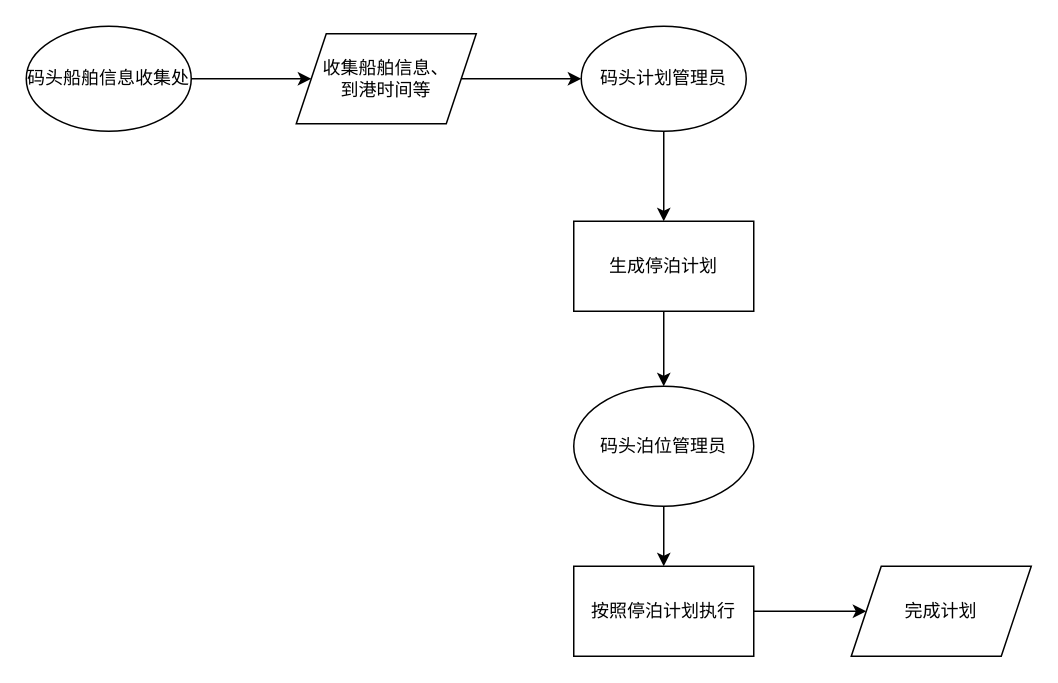
xbb2020/dicPics keeps this draw.io diagram as 系统业务流程.drawio. Above is the earlier version. Source tidied: cells renumbered, new cells numbered last; positions are measured from the earlier drawing's top-left corner, leaving out a move shared by most shapes. Both pictures are drawn from the tidied source at 150%, with x=0, y=0 at pixel (26, 26).
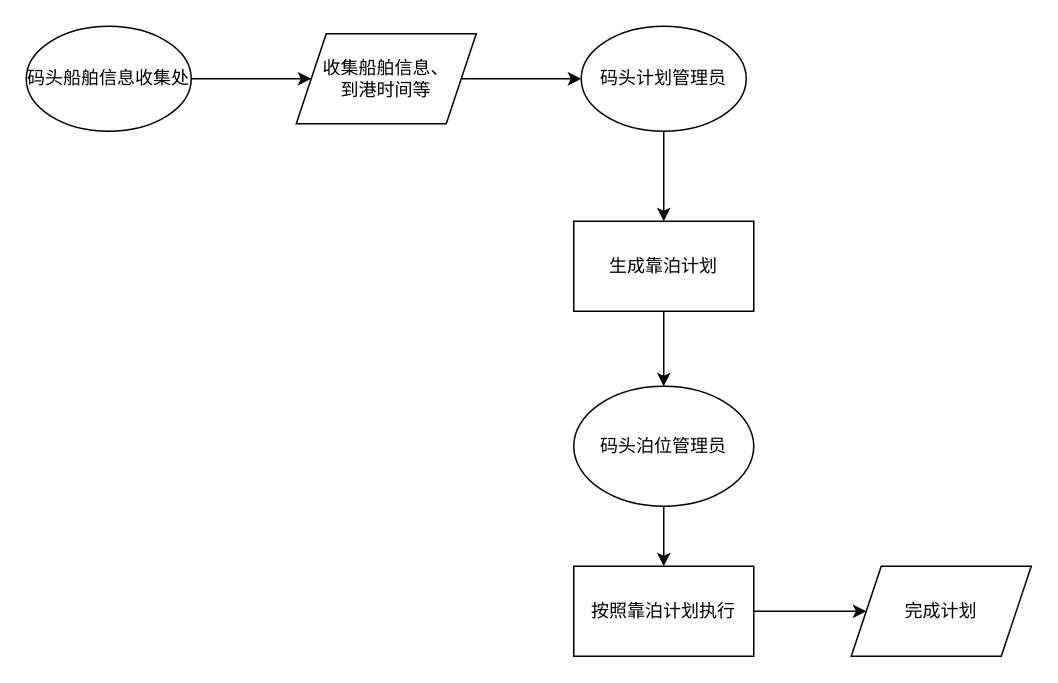
After the change.

Commit message:
更新系统业务流程.drawio

Change to the diagram source:
```diff
@@
 <mxGraphModel>
   <root>
     <mxCell id="0" />
     <mxCell id="1" parent="0" />
     <mxCell id="2" style="edgeStyle=orthogonalEdgeStyle;rounded=0;jettySize=auto;html=1;" parent="1" edge="1" source="3" target="7">
       <mxGeometry relative="1" as="geometry" />
     </mxCell>
     <mxCell id="3" value="收集船舶信息、&lt;div&gt;到港时间等&lt;/div&gt;" style="shape=parallelogram;perimeter=parallelogramPerimeter;whiteSpace=wrap;html=1;fixedSize=1;" parent="1" vertex="1">
       <mxGeometry x="180" y="5" width="120" height="60" as="geometry" />
     </mxCell>
     <mxCell id="4" style="edgeStyle=orthogonalEdgeStyle;rounded=0;jettySize=auto;html=1;" parent="1" edge="1" source="5" target="3">
       <mxGeometry relative="1" as="geometry" />
     </mxCell>
     <mxCell id="5" value="码头船舶信息收集处" style="ellipse;whiteSpace=wrap;html=1;" parent="1" vertex="1">
       <mxGeometry width="110" height="70" as="geometry" />
     </mxCell>
     <mxCell id="6" style="edgeStyle=orthogonalEdgeStyle;rounded=0;jettySize=auto;html=1;" parent="1" edge="1" source="7" target="9">
       <mxGeometry relative="1" as="geometry" />
     </mxCell>
     <mxCell id="7" value="码头计划管理员" style="ellipse;whiteSpace=wrap;html=1;" parent="1" vertex="1">
       <mxGeometry x="370" width="110" height="70" as="geometry" />
     </mxCell>
     <mxCell id="8" style="edgeStyle=orthogonalEdgeStyle;rounded=0;jettySize=auto;html=1;" parent="1" edge="1" source="9" target="11">
       <mxGeometry relative="1" as="geometry" />
     </mxCell>
-    <mxCell id="9" value="生成停泊计划" style="rounded=0;whiteSpace=wrap;html=1;" parent="1" vertex="1">
+    <mxCell id="9" value="生成靠泊计划" style="rounded=0;whiteSpace=wrap;html=1;" parent="1" vertex="1">
       <mxGeometry x="365" y="130" width="120" height="60" as="geometry" />
     </mxCell>
     <mxCell id="10" style="edgeStyle=orthogonalEdgeStyle;rounded=0;jettySize=auto;html=1;" parent="1" edge="1" source="11" target="13">
       <mxGeometry relative="1" as="geometry" />
     </mxCell>
     <mxCell id="11" value="码头泊位管理员" style="ellipse;whiteSpace=wrap;html=1;" parent="1" vertex="1">
       <mxGeometry x="365" y="240" width="120" height="80" as="geometry" />
     </mxCell>
     <mxCell id="12" style="edgeStyle=orthogonalEdgeStyle;rounded=0;jettySize=auto;html=1;" parent="1" edge="1" source="13" target="14">
       <mxGeometry relative="1" as="geometry" />
     </mxCell>
-    <mxCell id="13" value="按照停泊计划执行" style="rounded=0;whiteSpace=wrap;html=1;" parent="1" vertex="1">
+    <mxCell id="13" value="按照靠泊计划执行" style="rounded=0;whiteSpace=wrap;html=1;" parent="1" vertex="1">
       <mxGeometry x="365" y="360" width="120" height="60" as="geometry" />
     </mxCell>
     <mxCell id="14" value="完成计划" style="shape=parallelogram;perimeter=parallelogramPerimeter;whiteSpace=wrap;html=1;fixedSize=1;" parent="1" vertex="1">
       <mxGeometry x="550" y="360" width="120" height="60" as="geometry" />
     </mxCell>
   </root>
 </mxGraphModel>
```
